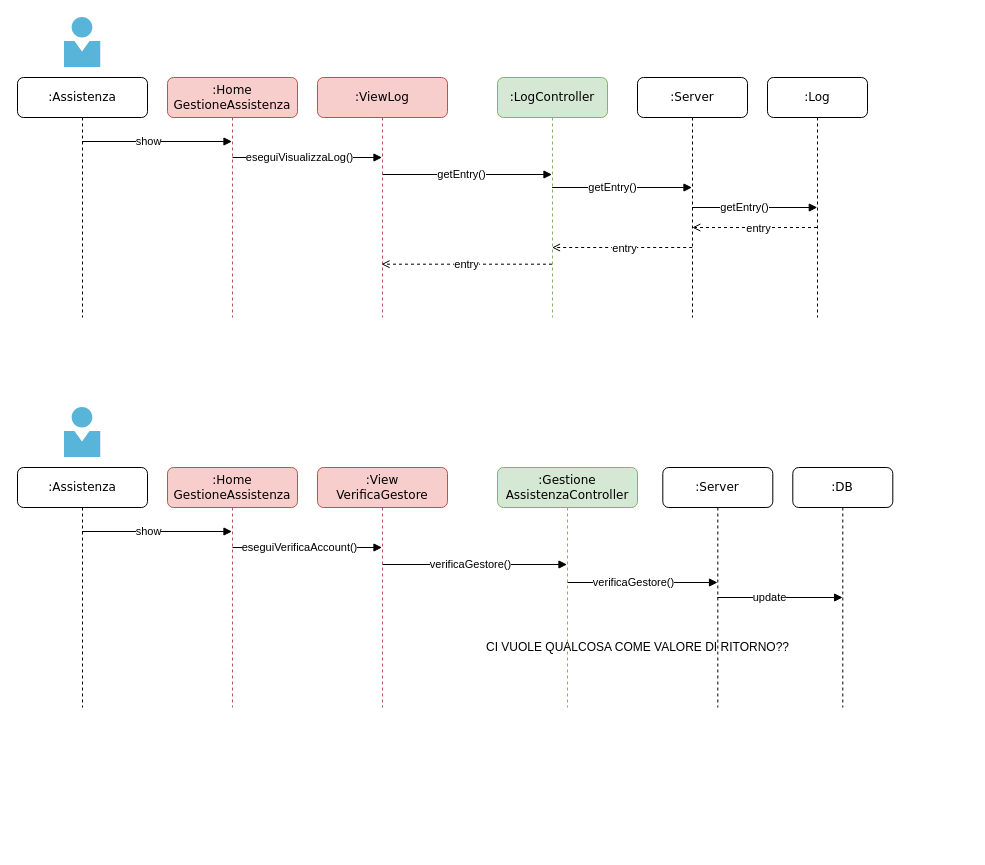
Before: page "Assistenza" (5 of 6) of progettazione/dettaglio/dettaglioSequenza.drawio in Marco-Burattoni/Progetto-ids, a draw.io diagram. Source tidied: cells renumbered, new cells numbered last; positions are measured from the earlier drawing's top-left corner, leaving out a move shared by most shapes. Both pictures are drawn from the tidied source at 100%, with x=0, y=0 at pixel (17, 17).
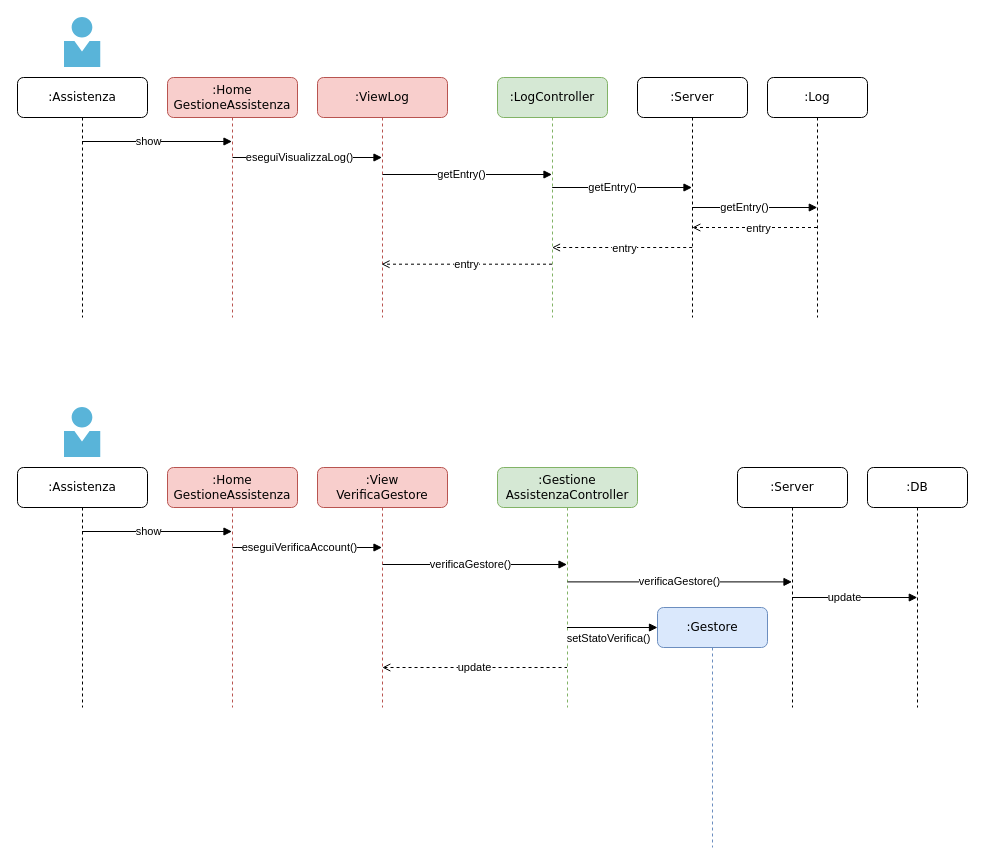
Above is the later version.

Unchanged cells that the change refers to:
```xml
<mxCell id="33" value=":Gestione&lt;br&gt;AssistenzaController" style="shape=umlLifeline;perimeter=lifelinePerimeter;whiteSpace=wrap;html=1;outlineConnect=0;rounded=1;shadow=0;comic=0;labelBackgroundColor=none;strokeWidth=1;fontFamily=Verdana;fontSize=12;align=center;size=40;fillColor=#d5e8d4;strokeColor=#82b366;" parent="1" vertex="1">
  <mxGeometry x="480" y="450" width="140" height="240" as="geometry" />
</mxCell>
```

The edit, as a diff of the source:
```diff
@@
     <mxCell id="27" value=":Server" style="shape=umlLifeline;perimeter=lifelinePerimeter;whiteSpace=wrap;html=1;outlineConnect=0;rounded=1;shadow=0;comic=0;labelBackgroundColor=none;strokeWidth=1;fontFamily=Verdana;fontSize=12;align=center;size=40;" parent="1" vertex="1">
-      <mxGeometry x="645.3" y="450" width="110" height="240" as="geometry" />
+      <mxGeometry x="720" y="450" width="110" height="240" as="geometry" />
     </mxCell>
-    <mxCell id="28" style="endArrow=block;html=1;rounded=0;endFill=1;startArrow=none;startFill=0;" parent="27" edge="1">
-      <mxGeometry relative="1" as="geometry">
-        <mxPoint x="-95.4" y="115" as="sourcePoint" />
-        <mxPoint x="54.7" y="115" as="targetPoint" />
-      </mxGeometry>
-    </mxCell>
-    <mxCell id="29" value="verificaGestore()" style="edgeLabel;html=1;align=center;verticalAlign=middle;" parent="28" vertex="1">
-      <mxGeometry x="0.19" y="1" relative="1" as="geometry">
-        <mxPoint x="-23" as="offset" />
-      </mxGeometry>
-    </mxCell>
     <mxCell id="30" value=":DB" style="shape=umlLifeline;perimeter=lifelinePerimeter;whiteSpace=wrap;html=1;rounded=1;shadow=0;comic=0;labelBackgroundColor=none;strokeWidth=1;fontFamily=Verdana;fontSize=12;align=center;" parent="1" vertex="1">
-      <mxGeometry x="775.3" y="450" width="100" height="240" as="geometry" />
+      <mxGeometry x="850" y="450" width="100" height="240" as="geometry" />
     </mxCell>
@@
+    <mxCell id="28" style="endArrow=block;html=1;rounded=0;endFill=1;startArrow=none;startFill=0;" parent="33" edge="1" target="27">
+      <mxGeometry relative="1" as="geometry">
+        <mxPoint x="70" y="114.4" as="sourcePoint" />
+      </mxGeometry>
+    </mxCell>
+    <mxCell id="29" value="verificaGestore()" style="edgeLabel;html=1;align=center;verticalAlign=middle;" parent="28" vertex="1">
+      <mxGeometry x="0.19" y="1" relative="1" as="geometry">
+        <mxPoint x="-23" as="offset" />
+      </mxGeometry>
+    </mxCell>
@@
-    <mxCell id="42" value="CI VUOLE QUALCOSA COME VALORE DI RITORNO??" style="text;html=1;align=center;verticalAlign=middle;strokeColor=none;fillColor=none;" parent="1" vertex="1">
-      <mxGeometry x="455" y="615" width="330" height="30" as="geometry" />
-    </mxCell>
+    <mxCell id="43" value=":Gestore" style="shape=umlLifeline;perimeter=lifelinePerimeter;whiteSpace=wrap;html=1;rounded=1;shadow=0;comic=0;labelBackgroundColor=none;strokeWidth=1;fontFamily=Verdana;fontSize=12;align=center;size=40;fillColor=#dae8fc;strokeColor=#6c8ebf;" parent="1" vertex="1">
+      <mxGeometry x="640" y="590" width="110" height="240" as="geometry" />
+    </mxCell>
+    <mxCell id="44" style="endArrow=block;html=1;rounded=0;endFill=1;startArrow=none;startFill=0;" parent="43" edge="1" source="33">
+      <mxGeometry relative="1" as="geometry">
+        <mxPoint y="20" as="targetPoint" />
+      </mxGeometry>
+    </mxCell>
+    <mxCell id="45" value="setStatoVerifica()" style="edgeLabel;html=1;align=center;verticalAlign=middle;" parent="44" vertex="1">
+      <mxGeometry x="0.19" y="1" relative="1" as="geometry">
+        <mxPoint x="-13" y="11" as="offset" />
+      </mxGeometry>
+    </mxCell>
+    <mxCell id="46" value="update" style="endArrow=none;dashed=1;html=1;rounded=0;startArrow=open;startFill=0;" parent="1" edge="1">
+      <mxGeometry relative="1" as="geometry">
+        <mxPoint x="364.8" y="650" as="sourcePoint" />
+        <mxPoint x="549.5" y="650" as="targetPoint" />
+      </mxGeometry>
+    </mxCell>
```
